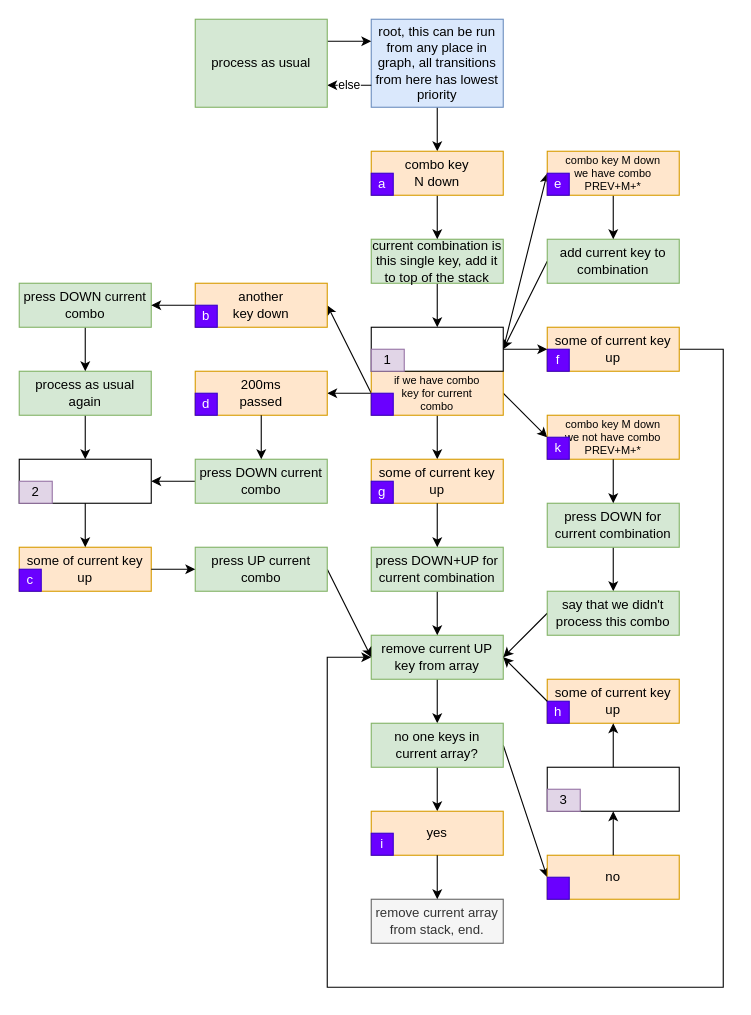
Above: Untitled Diagram.drawio in optozorax/moonlander (draw.io), before the change. Source tidied: cells renumbered, new cells numbered last; positions are measured from the earlier drawing's top-left corner, leaving out a move shared by most shapes. Both pictures are drawn from the tidied source at 110%, with x=0, y=0 at pixel (19, 19).
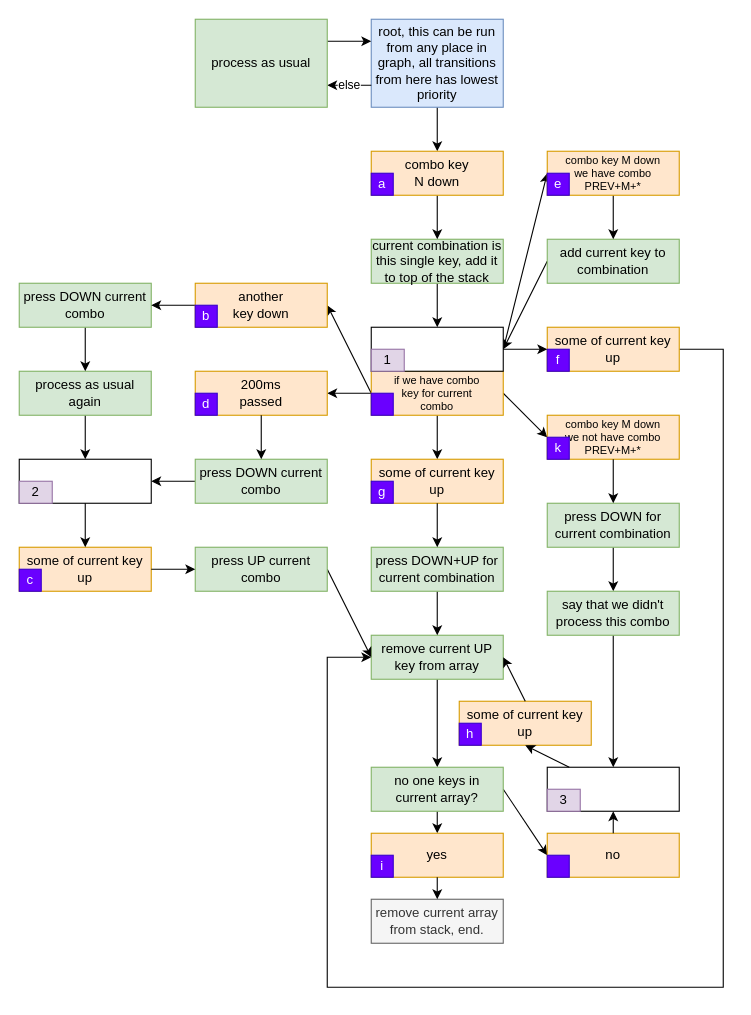
The same diagram, later.

The change refers to these unchanged cells:
```xml
<mxCell id="8" value="remove current UP key from array" style="rounded=0;whiteSpace=wrap;html=1;fillColor=#d5e8d4;strokeColor=#82b366;" parent="1" vertex="1">
  <mxGeometry x="320" y="560" width="120" height="40" as="geometry" />
</mxCell>
<mxCell id="37" value="say that we didn't process this combo" style="rounded=0;whiteSpace=wrap;html=1;fillColor=#d5e8d4;strokeColor=#82b366;" parent="1" vertex="1">
  <mxGeometry x="480" y="520" width="120" height="40" as="geometry" />
</mxCell>
<mxCell id="57" style="rounded=0;whiteSpace=wrap;html=1;" parent="56" vertex="1">
  <mxGeometry width="120" height="40" as="geometry" />
</mxCell>
<mxCell id="72" value="some of current key up" style="rounded=0;whiteSpace=wrap;html=1;fillColor=#ffe6cc;strokeColor=#d79b00;" parent="71" vertex="1">
  <mxGeometry width="120" height="40" as="geometry" />
</mxCell>
<mxCell id="73" value="h" style="rounded=0;whiteSpace=wrap;html=1;fillColor=#6a00ff;strokeColor=#3700CC;fontColor=#ffffff;" parent="71" vertex="1">
  <mxGeometry y="20" width="20" height="20" as="geometry" />
</mxCell>
```

What changed in the source:
```diff
@@
     <mxCell id="29" value="no one keys in current array?" style="rounded=0;whiteSpace=wrap;html=1;fillColor=#d5e8d4;strokeColor=#82b366;" parent="1" vertex="1">
-      <mxGeometry x="320" y="640" width="120" height="40" as="geometry" />
+      <mxGeometry x="320" y="680" width="120" height="40" as="geometry" />
     </mxCell>
@@
-    <mxCell id="36" style="edgeStyle=none;rounded=0;jettySize=auto;html=1;exitX=0;exitY=0.5;exitDx=0;exitDy=0;entryX=1;entryY=0.5;entryDx=0;entryDy=0;" parent="1" edge="1" source="37" target="8">
+    <mxCell id="36" style="edgeStyle=none;rounded=0;jettySize=auto;html=1;" parent="1" edge="1" source="37" target="57">
       <mxGeometry relative="1" as="geometry" />
     </mxCell>
@@
     <mxCell id="71" style="group;" parent="1" vertex="1">
-      <mxGeometry x="480" y="600" width="120" height="40" as="geometry" />
+      <mxGeometry x="400" y="620" width="120" height="40" as="geometry" />
     </mxCell>
@@
-    <mxCell id="74" style="edgeStyle=none;rounded=0;jettySize=auto;html=1;" parent="1" edge="1" source="57" target="72">
+    <mxCell id="74" style="edgeStyle=none;rounded=0;jettySize=auto;html=1;entryX=0.5;entryY=1;entryDx=0;entryDy=0;" parent="1" edge="1" source="57" target="72">
       <mxGeometry relative="1" as="geometry" />
     </mxCell>
-    <mxCell id="75" style="edgeStyle=none;rounded=0;jettySize=auto;html=1;entryX=1;entryY=0.5;entryDx=0;entryDy=0;exitX=0;exitY=0;exitDx=0;exitDy=0;" parent="1" edge="1" source="73" target="8">
+    <mxCell id="75" style="edgeStyle=none;rounded=0;jettySize=auto;html=1;entryX=1;entryY=0.5;entryDx=0;entryDy=0;exitX=0.5;exitY=0;exitDx=0;exitDy=0;" parent="1" edge="1" source="72" target="8">
       <mxGeometry relative="1" as="geometry" />
     </mxCell>
     <mxCell id="76" style="group;" parent="1" vertex="1">
-      <mxGeometry x="320" y="720" width="120" height="40" as="geometry" />
+      <mxGeometry x="320" y="740" width="120" height="40" as="geometry" />
     </mxCell>
@@
     <mxCell id="80" style="group;" parent="1" vertex="1">
-      <mxGeometry x="480" y="760" width="120" height="40" as="geometry" />
+      <mxGeometry x="480" y="740" width="120" height="40" as="geometry" />
     </mxCell>
```
